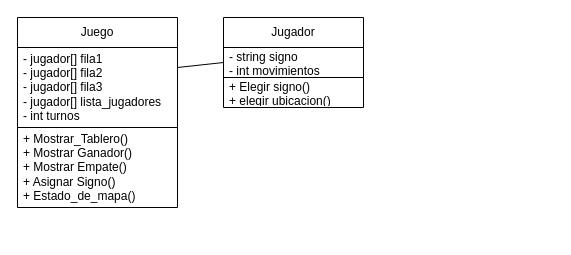
Earlier version of the draw.io diagram Examen.drawio (Kal222000/Examen-Programacion-II). Source tidied: cells renumbered, new cells numbered last; positions are measured from the earlier drawing's top-left corner, leaving out a move shared by most shapes. Both pictures are drawn from the tidied source at 100%, with x=0, y=0 at pixel (17, 17).
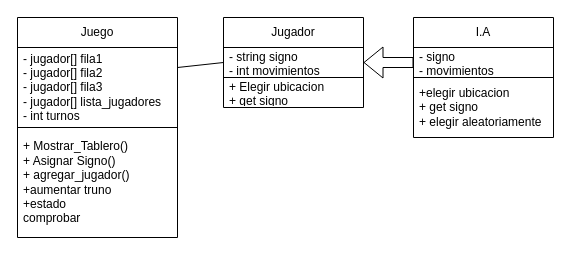
Above is the later version.

Diff of the diagram source:
```diff
@@
 <mxGraphModel>
   <root>
     <mxCell id="0" />
     <mxCell id="1" parent="0" />
     <mxCell id="2" value="Juego" style="swimlane;fontStyle=0;horizontal=1;startSize=30;whiteSpace=wrap;html=1;" parent="1" vertex="1">
-      <mxGeometry width="160" height="190" as="geometry" />
+      <mxGeometry width="160" height="220" as="geometry" />
     </mxCell>
     <mxCell id="3" value="- jugador[] fila1&lt;div&gt;- jugador[] fila2&lt;/div&gt;&lt;div&gt;- jugador[] fila3&lt;/div&gt;&lt;div&gt;- jugador[] lista_jugadores&lt;br&gt;&lt;div&gt;- int turnos&lt;/div&gt;&lt;/div&gt;" style="text;strokeColor=default;fillColor=none;align=left;verticalAlign=middle;spacingLeft=4;spacingRight=4;overflow=hidden;points=[[0,0.5],[1,0.5]];portConstraint=eastwest;whiteSpace=wrap;html=1;" parent="2" vertex="1">
       <mxGeometry y="30" width="160" height="80" as="geometry" />
     </mxCell>
-    <mxCell id="4" value="+ Mostrar_Tablero()&lt;div&gt;+ Mostrar Ganador()&lt;/div&gt;&lt;div&gt;+ Mostrar Empate()&lt;/div&gt;&lt;div&gt;+ Asignar Signo()&lt;/div&gt;&lt;div&gt;+ Estado_de_mapa()&lt;/div&gt;" style="text;strokeColor=none;fillColor=none;align=left;verticalAlign=middle;spacingLeft=4;spacingRight=4;overflow=hidden;whiteSpace=wrap;html=1;" parent="2" vertex="1">
-      <mxGeometry y="110" width="160" height="80" as="geometry" />
+    <mxCell id="4" value="+ Mostrar_Tablero()&lt;div&gt;+ Asignar Signo()&lt;/div&gt;&lt;div&gt;+ agregar_jugador()&lt;/div&gt;&lt;div&gt;+aumentar truno&lt;/div&gt;&lt;div&gt;+estado&lt;/div&gt;&lt;div&gt;comprobar&lt;/div&gt;" style="text;strokeColor=none;fillColor=none;align=left;verticalAlign=middle;spacingLeft=4;spacingRight=4;overflow=hidden;whiteSpace=wrap;html=1;" parent="2" vertex="1">
+      <mxGeometry y="110" width="160" height="110" as="geometry" />
     </mxCell>
     <mxCell id="5" style="endArrow=none;html=1;rounded=0;exitX=1;exitY=0.25;exitDx=0;exitDy=0;entryX=0;entryY=0.5;entryDx=0;entryDy=0;exitPerimeter=0;" parent="1" edge="1" source="3" target="7">
       <mxGeometry relative="1" as="geometry" />
     </mxCell>
     <mxCell id="6" value="Jugador" style="swimlane;fontStyle=0;horizontal=1;startSize=30;whiteSpace=wrap;html=1;" parent="1" vertex="1">
       <mxGeometry x="206" width="140" height="90" as="geometry" />
     </mxCell>
     <mxCell id="7" value="- string signo&lt;div&gt;- int movimientos&lt;/div&gt;" style="text;strokeColor=default;fillColor=none;align=left;verticalAlign=middle;spacingLeft=4;spacingRight=4;overflow=hidden;points=[[0,0.5],[1,0.5]];portConstraint=eastwest;whiteSpace=wrap;html=1;" parent="6" vertex="1">
       <mxGeometry y="30" width="140" height="30" as="geometry" />
     </mxCell>
-    <mxCell id="8" value="+ Elegir signo()&lt;div&gt;+ elegir ubicacion()&lt;/div&gt;" style="text;strokeColor=none;fillColor=none;align=left;verticalAlign=middle;spacingLeft=4;spacingRight=4;overflow=hidden;whiteSpace=wrap;html=1;" parent="6" vertex="1">
+    <mxCell id="8" value="+ Elegir ubicacion&lt;div&gt;+ get signo&lt;/div&gt;" style="text;strokeColor=none;fillColor=none;align=left;verticalAlign=middle;spacingLeft=4;spacingRight=4;overflow=hidden;whiteSpace=wrap;html=1;" parent="6" vertex="1">
       <mxGeometry y="60" width="140" height="30" as="geometry" />
     </mxCell>
+    <mxCell id="9" value="I.A" style="swimlane;fontStyle=0;horizontal=1;startSize=30;whiteSpace=wrap;html=1;" parent="1" vertex="1">
+      <mxGeometry x="396" width="140" height="120" as="geometry" />
+    </mxCell>
+    <mxCell id="10" value="- signo&lt;div&gt;- movimientos&lt;/div&gt;" style="text;strokeColor=default;fillColor=none;align=left;verticalAlign=middle;spacingLeft=4;spacingRight=4;overflow=hidden;points=[[0,0.5],[1,0.5]];portConstraint=eastwest;whiteSpace=wrap;html=1;" parent="9" vertex="1">
+      <mxGeometry y="30" width="140" height="30" as="geometry" />
+    </mxCell>
+    <mxCell id="11" value="+elegir ubicacion&lt;div&gt;+ get signo&lt;/div&gt;&lt;div&gt;+ elegir aleatoriamente&lt;/div&gt;" style="text;strokeColor=none;fillColor=none;align=left;verticalAlign=middle;spacingLeft=4;spacingRight=4;overflow=hidden;whiteSpace=wrap;html=1;" parent="9" vertex="1">
+      <mxGeometry y="60" width="140" height="60" as="geometry" />
+    </mxCell>
+    <mxCell id="12" style="shape=flexArrow;endArrow=classic;html=1;rounded=0;exitX=0;exitY=0.5;exitDx=0;exitDy=0;entryX=1;entryY=0.5;entryDx=0;entryDy=0;entryPerimeter=0;" parent="1" edge="1" source="10" target="7">
+      <mxGeometry relative="1" as="geometry" />
+    </mxCell>
   </root>
 </mxGraphModel>
```
